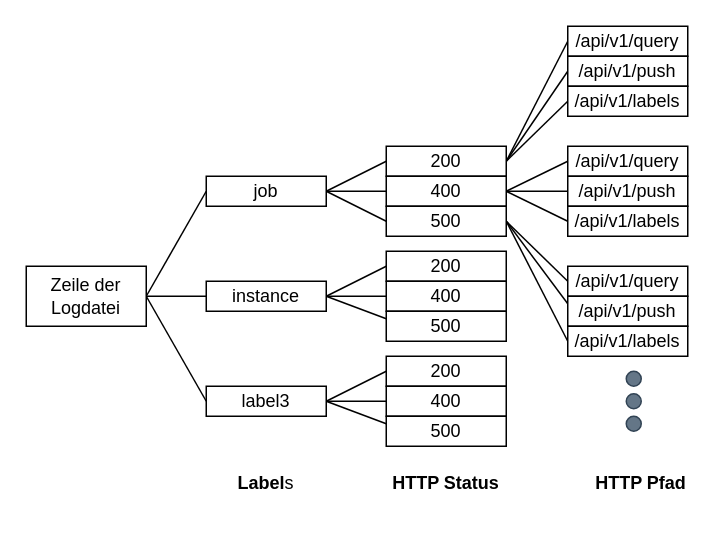
This is Bachelorarbeit/assets/labelstream.drawio from Bruno-Macedo/Praxisbericht_Bacherloarbeit, a draw.io file, before an edit. Source tidied: cells renumbered, new cells numbered last; positions are measured from the earlier drawing's top-left corner, leaving out a move shared by most shapes. Both pictures are drawn from the tidied source at 150%, with x=0, y=0 at pixel (26, 26).
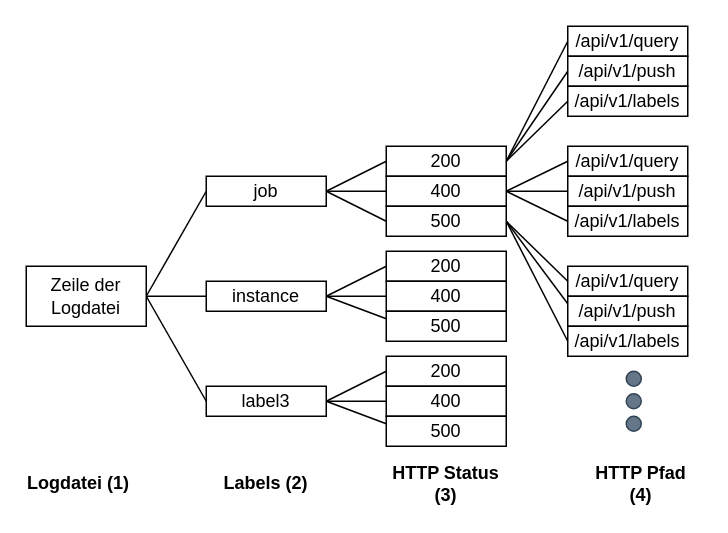
After the change.

Change to the diagram source:
```diff
@@
-    <mxCell id="18" value="&lt;b&gt;Label&lt;/b&gt;s" style="text;html=1;strokeColor=none;fillColor=none;align=center;verticalAlign=middle;whiteSpace=wrap;rounded=0;" parent="1" vertex="1">
+    <mxCell id="18" value="&lt;b&gt;Labels (2)&lt;/b&gt;" style="text;html=1;strokeColor=none;fillColor=none;align=center;verticalAlign=middle;whiteSpace=wrap;rounded=0;" parent="1" vertex="1">
       <mxGeometry x="130" y="290" width="60" height="30" as="geometry" />
     </mxCell>
@@
-    <mxCell id="37" value="&lt;b&gt;HTTP Status&lt;br&gt;&lt;/b&gt;" style="text;html=1;strokeColor=none;fillColor=none;align=center;verticalAlign=middle;whiteSpace=wrap;rounded=0;" parent="1" vertex="1">
-      <mxGeometry x="240" y="290" width="80" height="30" as="geometry" />
+    <mxCell id="37" value="&lt;b&gt;HTTP Status (3)&lt;br&gt;&lt;/b&gt;" style="text;html=1;strokeColor=none;fillColor=none;align=center;verticalAlign=middle;whiteSpace=wrap;rounded=0;" parent="1" vertex="1">
+      <mxGeometry x="235" y="290" width="90" height="30" as="geometry" />
     </mxCell>
-    <mxCell id="38" value="&lt;b&gt;HTTP Pfad&lt;br&gt;&lt;/b&gt;" style="text;html=1;strokeColor=none;fillColor=none;align=center;verticalAlign=middle;whiteSpace=wrap;rounded=0;" parent="1" vertex="1">
+    <mxCell id="38" value="&lt;b&gt;HTTP Pfad (4)&lt;br&gt;&lt;/b&gt;" style="text;html=1;strokeColor=none;fillColor=none;align=center;verticalAlign=middle;whiteSpace=wrap;rounded=0;" parent="1" vertex="1">
       <mxGeometry x="370" y="290" width="80" height="30" as="geometry" />
     </mxCell>
@@
+    <mxCell id="51" value="&lt;b&gt;Logdatei (1)&lt;/b&gt;" style="text;html=1;strokeColor=none;fillColor=none;align=center;verticalAlign=middle;whiteSpace=wrap;rounded=0;" parent="1" vertex="1">
+      <mxGeometry y="290" width="70" height="30" as="geometry" />
+    </mxCell>
```
